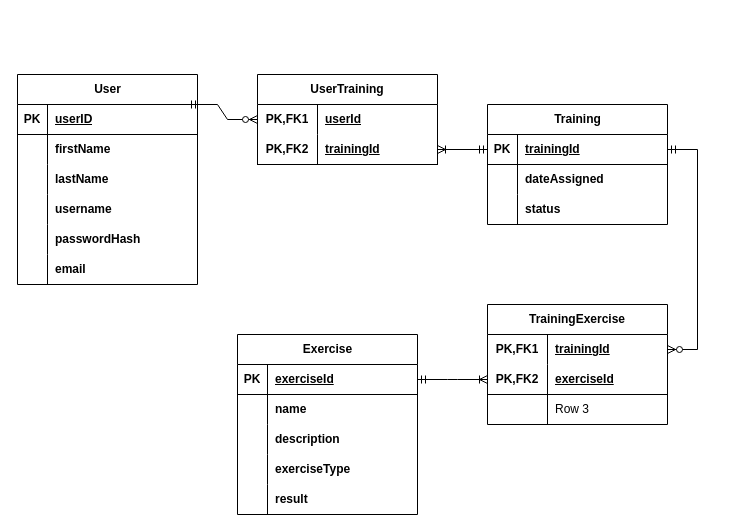
Before: page "Database diagram" (3 of 3) of docs/Diagrams.drawio in bedziox/VersaLog, a draw.io diagram. Source tidied: cells renumbered, new cells numbered last; positions are measured from the earlier drawing's top-left corner, leaving out a move shared by most shapes. Both pictures are drawn from the tidied source at 100%, with x=0, y=0 at pixel (17, 74).
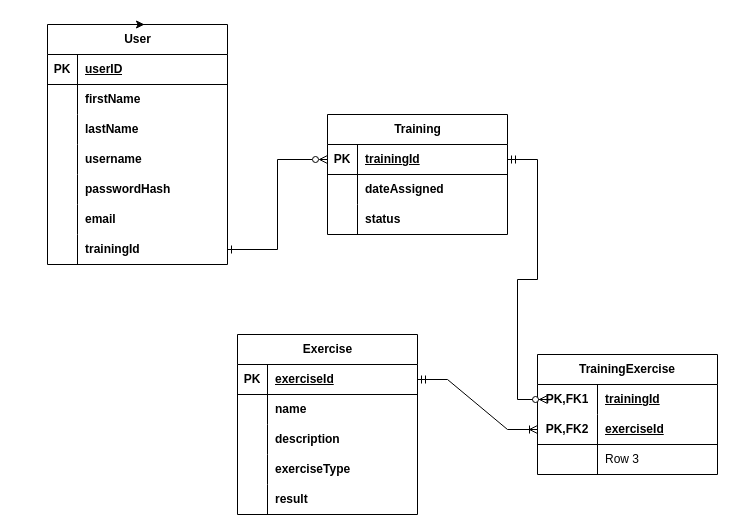
Above is the later version.

Unchanged cells that the change refers to:
```xml
<mxCell id="22" style="shape=tableRow;horizontal=0;startSize=0;swimlaneHead=0;swimlaneBody=0;fillColor=none;points=[[0,0.5],[1,0.5]];portConstraint=eastwest;top=0;left=0;right=0;bottom=1;" parent="21" vertex="1">
  <mxGeometry y="30" width="180" height="30" as="geometry" />
</mxCell>
<mxCell id="41" style="shape=tableRow;horizontal=0;startSize=0;swimlaneHead=0;swimlaneBody=0;fillColor=none;points=[[0,0.5],[1,0.5]];portConstraint=eastwest;top=0;left=0;right=0;bottom=0;html=1;" parent="40" vertex="1">
  <mxGeometry y="30" width="180" height="30" as="geometry" />
</mxCell>
```

Diff of the diagram source:
```diff
@@
     <mxCell id="2" value="&lt;b&gt;User&lt;/b&gt;" style="shape=table;startSize=30;childLayout=tableLayout;rowLines=0;fontStyle=0;align=center;html=1;" parent="1" vertex="1">
-      <mxGeometry width="180" height="210" as="geometry" />
+      <mxGeometry x="30" y="-50" width="180" height="240" as="geometry" />
     </mxCell>
@@
+    <mxCell id="68" style="shape=tableRow;horizontal=0;startSize=0;swimlaneHead=0;swimlaneBody=0;fillColor=none;points=[[0,0.5],[1,0.5]];portConstraint=eastwest;top=0;left=0;right=0;bottom=0;" parent="2" vertex="1">
+      <mxGeometry y="210" width="180" height="30" as="geometry" />
+    </mxCell>
+    <mxCell id="69" style="shape=partialRectangle;fillColor=none;top=0;left=0;bottom=0;right=0;overflow=hidden;whiteSpace=wrap;html=1;" parent="68" vertex="1">
+      <mxGeometry width="30" height="30" as="geometry" />
+    </mxCell>
+    <mxCell id="37" value="&lt;b&gt;trainingId&lt;/b&gt;" style="shape=partialRectangle;fillColor=none;top=0;left=0;bottom=0;right=0;align=left;spacingLeft=6;overflow=hidden;whiteSpace=wrap;html=1;" parent="68" vertex="1">
+      <mxGeometry x="30" width="150" height="30" as="geometry" />
+    </mxCell>
     <mxCell id="21" value="Training" style="shape=table;startSize=30;childLayout=tableLayout;rowLines=0;fontStyle=1;align=center;html=1;" parent="1" vertex="1">
-      <mxGeometry x="470" y="30" width="180" height="120" as="geometry" />
+      <mxGeometry x="310" y="40" width="180" height="120" as="geometry" />
     </mxCell>
@@
-    <mxCell id="31" value="UserTraining" style="shape=table;startSize=30;childLayout=tableLayout;rowLines=0;fontStyle=1;align=center;html=1;whiteSpace=wrap;" parent="1" vertex="1">
-      <mxGeometry x="240" width="180" height="90" as="geometry" />
-    </mxCell>
-    <mxCell id="32" style="shape=tableRow;horizontal=0;startSize=0;swimlaneHead=0;swimlaneBody=0;fillColor=none;points=[[0,0.5],[1,0.5]];portConstraint=eastwest;top=0;left=0;right=0;bottom=0;html=1;" parent="31" vertex="1">
-      <mxGeometry y="30" width="180" height="30" as="geometry" />
-    </mxCell>
-    <mxCell id="33" value="PK,FK1" style="shape=partialRectangle;fillColor=none;top=0;left=0;bottom=0;right=0;fontStyle=1;overflow=hidden;html=1;whiteSpace=wrap;" parent="32" vertex="1">
-      <mxGeometry width="60" height="30" as="geometry" />
-    </mxCell>
-    <mxCell id="34" value="userId" style="shape=partialRectangle;fillColor=none;top=0;left=0;bottom=0;right=0;align=left;spacingLeft=6;fontStyle=5;overflow=hidden;html=1;whiteSpace=wrap;" parent="32" vertex="1">
-      <mxGeometry x="60" width="120" height="30" as="geometry" />
-    </mxCell>
-    <mxCell id="35" style="shape=tableRow;horizontal=0;startSize=0;swimlaneHead=0;swimlaneBody=0;fillColor=none;points=[[0,0.5],[1,0.5]];portConstraint=eastwest;top=0;left=0;right=0;bottom=1;html=1;" parent="31" vertex="1">
-      <mxGeometry y="60" width="180" height="30" as="geometry" />
-    </mxCell>
-    <mxCell id="36" value="PK,FK2" style="shape=partialRectangle;fillColor=none;top=0;left=0;bottom=0;right=0;fontStyle=1;overflow=hidden;html=1;whiteSpace=wrap;" parent="35" vertex="1">
-      <mxGeometry width="60" height="30" as="geometry" />
-    </mxCell>
-    <mxCell id="37" value="trainingId" style="shape=partialRectangle;fillColor=none;top=0;left=0;bottom=0;right=0;align=left;spacingLeft=6;fontStyle=5;overflow=hidden;html=1;whiteSpace=wrap;" parent="35" vertex="1">
-      <mxGeometry x="60" width="120" height="30" as="geometry" />
-    </mxCell>
-    <mxCell id="38" style="edgeStyle=entityRelationEdgeStyle;fontSize=12;html=1;endArrow=ERzeroToMany;startArrow=ERmandOne;rounded=0;exitX=1;exitY=0.5;exitDx=0;exitDy=0;" parent="1" edge="1" target="32">
-      <mxGeometry relative="1" as="geometry">
-        <mxPoint x="170" y="30" as="sourcePoint" />
-      </mxGeometry>
-    </mxCell>
-    <mxCell id="39" style="edgeStyle=entityRelationEdgeStyle;fontSize=12;html=1;endArrow=ERoneToMany;startArrow=ERmandOne;rounded=0;entryX=1;entryY=0.5;entryDx=0;entryDy=0;exitX=0;exitY=0.5;exitDx=0;exitDy=0;" parent="1" edge="1" source="22" target="35">
-      <mxGeometry relative="1" as="geometry" />
-    </mxCell>
     <mxCell id="40" value="TrainingExercise" style="shape=table;startSize=30;childLayout=tableLayout;rowLines=0;fontStyle=1;align=center;html=1;whiteSpace=wrap;" parent="1" vertex="1">
-      <mxGeometry x="470" y="230" width="180" height="120" as="geometry" />
+      <mxGeometry x="520" y="280" width="180" height="120" as="geometry" />
     </mxCell>
@@
-    <mxCell id="67" style="edgeStyle=entityRelationEdgeStyle;fontSize=12;html=1;endArrow=ERzeroToMany;startArrow=ERmandOne;rounded=0;exitX=1;exitY=0.5;exitDx=0;exitDy=0;entryX=1;entryY=0.5;entryDx=0;entryDy=0;" parent="1" edge="1" source="22" target="41">
+    <mxCell id="67" style="edgeStyle=entityRelationEdgeStyle;fontSize=12;html=1;endArrow=ERzeroToMany;startArrow=ERmandOne;rounded=0;exitX=1;exitY=0.5;exitDx=0;exitDy=0;entryX=0;entryY=0.5;entryDx=0;entryDy=0;" parent="1" edge="1" source="22">
       <mxGeometry relative="1" as="geometry">
+        <mxPoint x="530" y="325" as="targetPoint" />
         <Array as="points">
-          <mxPoint x="767" y="125" />
-          <mxPoint x="787" y="145" />
-          <mxPoint x="787" y="235" />
+          <mxPoint x="777" y="130" />
+          <mxPoint x="710" y="90" />
+          <mxPoint x="690" y="120" />
+          <mxPoint x="797" y="150" />
+          <mxPoint x="797" y="240" />
         </Array>
       </mxGeometry>
     </mxCell>
+    <mxCell id="70" style="edgeStyle=orthogonalEdgeStyle;rounded=0;orthogonalLoop=1;jettySize=auto;html=1;exitX=0.5;exitY=0;exitDx=0;exitDy=0;entryX=0.539;entryY=0;entryDx=0;entryDy=0;entryPerimeter=0;" parent="1" edge="1" source="2" target="2">
+      <mxGeometry relative="1" as="geometry" />
+    </mxCell>
+    <mxCell id="71" style="edgeStyle=orthogonalEdgeStyle;rounded=0;jettySize=auto;html=1;exitX=1;exitY=0.5;exitDx=0;exitDy=0;entryX=0;entryY=0.5;entryDx=0;entryDy=0;startArrow=ERone;startFill=0;endArrow=ERzeroToMany;endFill=0;" parent="1" edge="1" source="68" target="22">
+      <mxGeometry relative="1" as="geometry" />
+    </mxCell>
```
